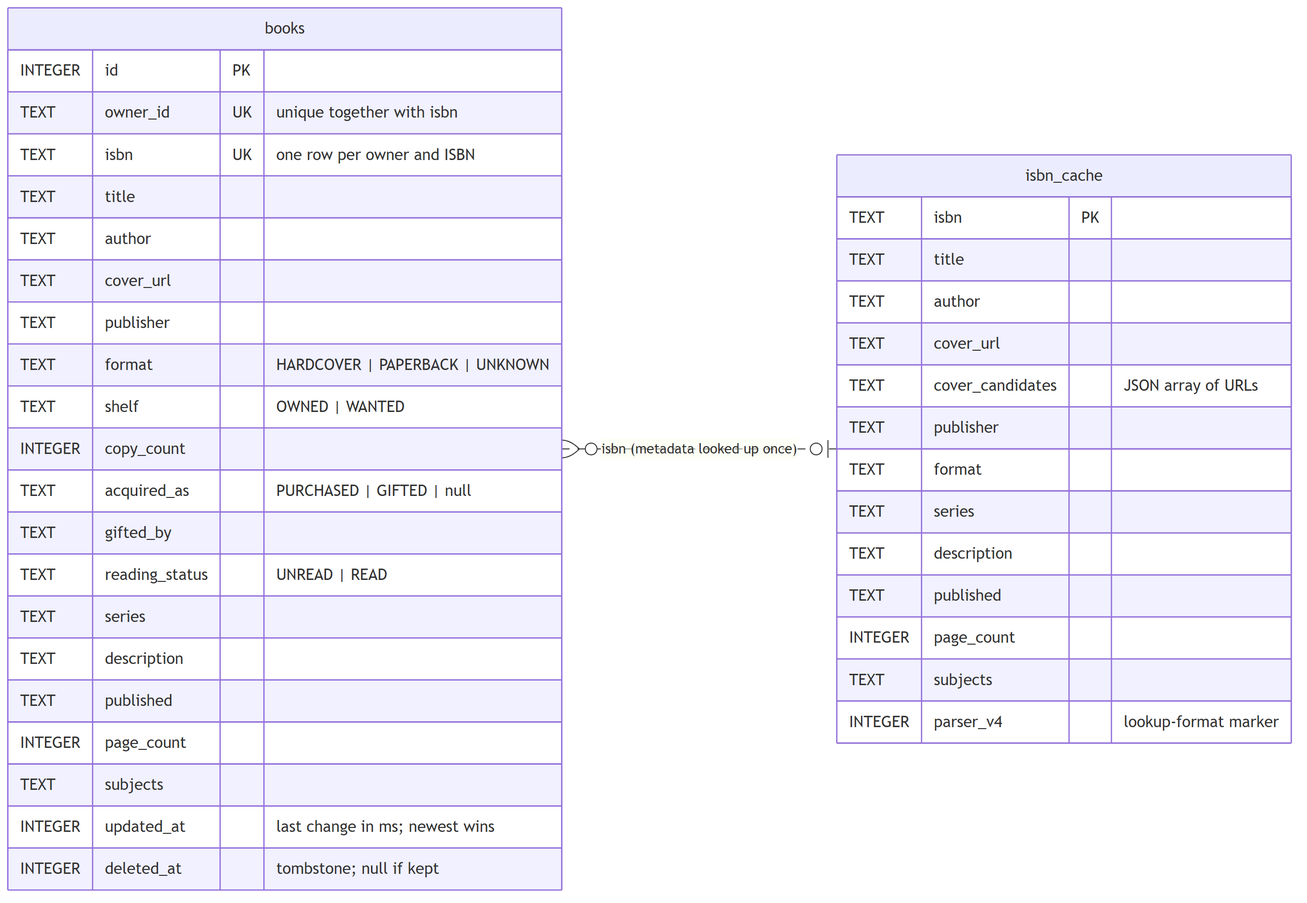
Earlier version of the Mermaid export docs/design/figures/data-model.png (ghechavarria/cen5064-project-hechavarria). Its source is kept beside it as docs/design/diagrams/data-model.mmd.
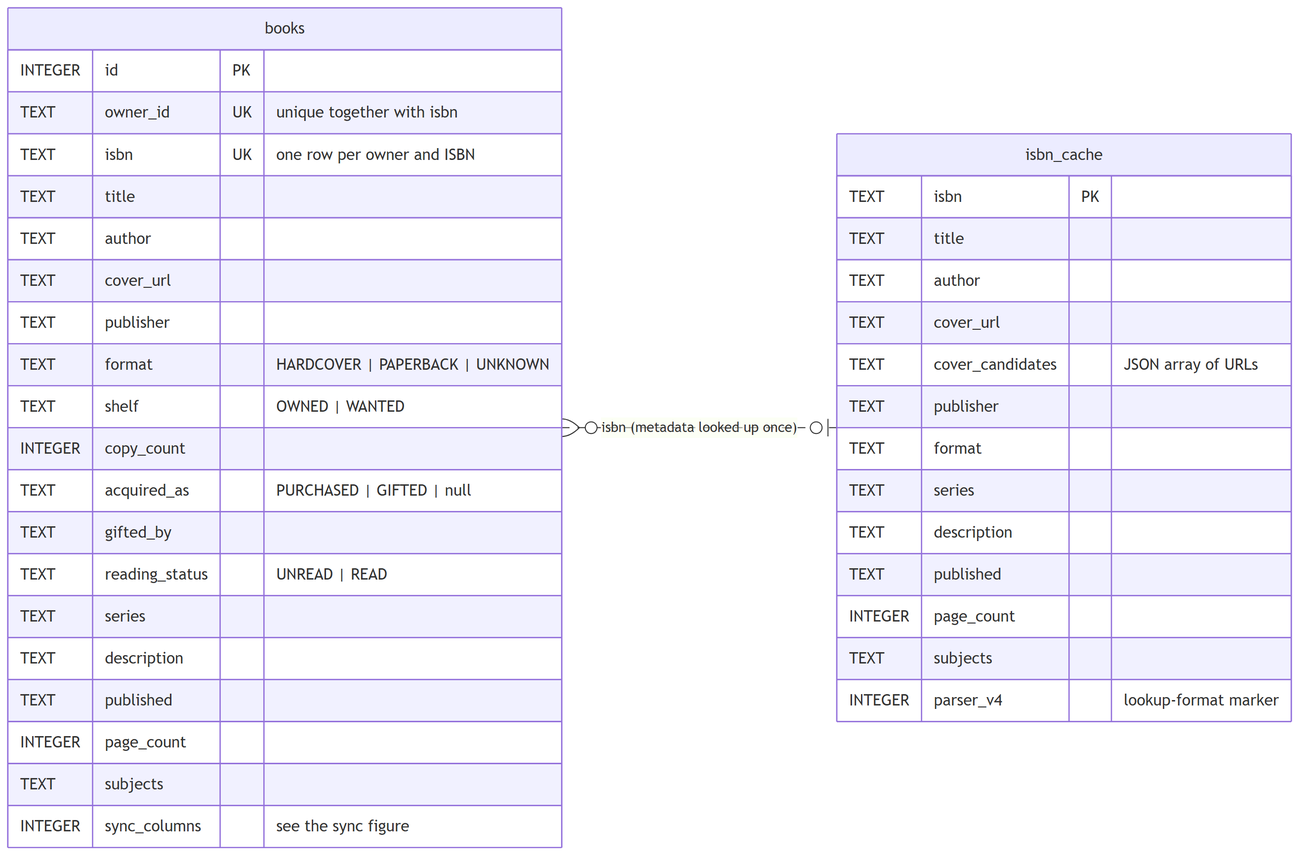
Later version of the same file.

What changed in the source:
```diff
@@ -19,8 +19,7 @@
         TEXT published
         INTEGER page_count
         TEXT subjects
-        INTEGER updated_at "last change in ms; newest wins"
-        INTEGER deleted_at "tombstone; null if kept"
+        INTEGER sync_columns "see the sync figure"
     }
     isbn_cache {
         TEXT isbn PK
```
